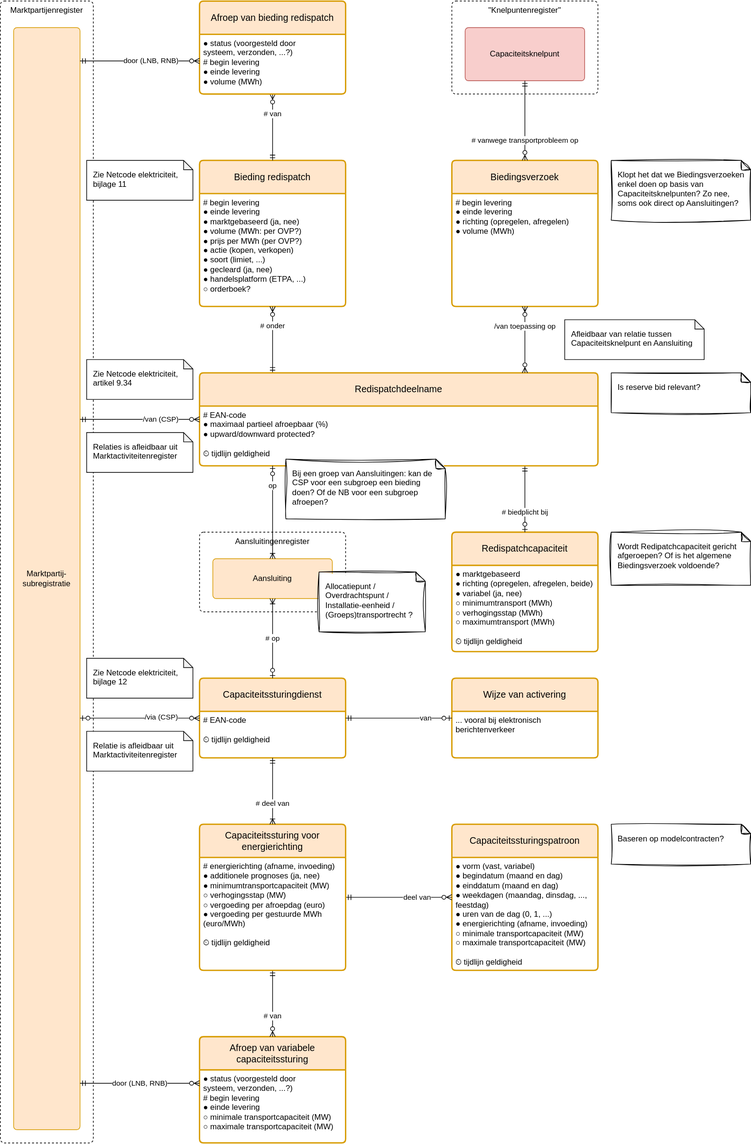
Netbeheer-Nederland/stelsel keeps this draw.io diagram as registers/congestiebeheersdienstenregister/1.0/congestiebeheersdienstenregister.drawio.svg. Above is the earlier version. Source tidied: cells renumbered, new cells last; positions are measured from the earlier drawing's top-left corner, leaving out a move shared by most shapes.
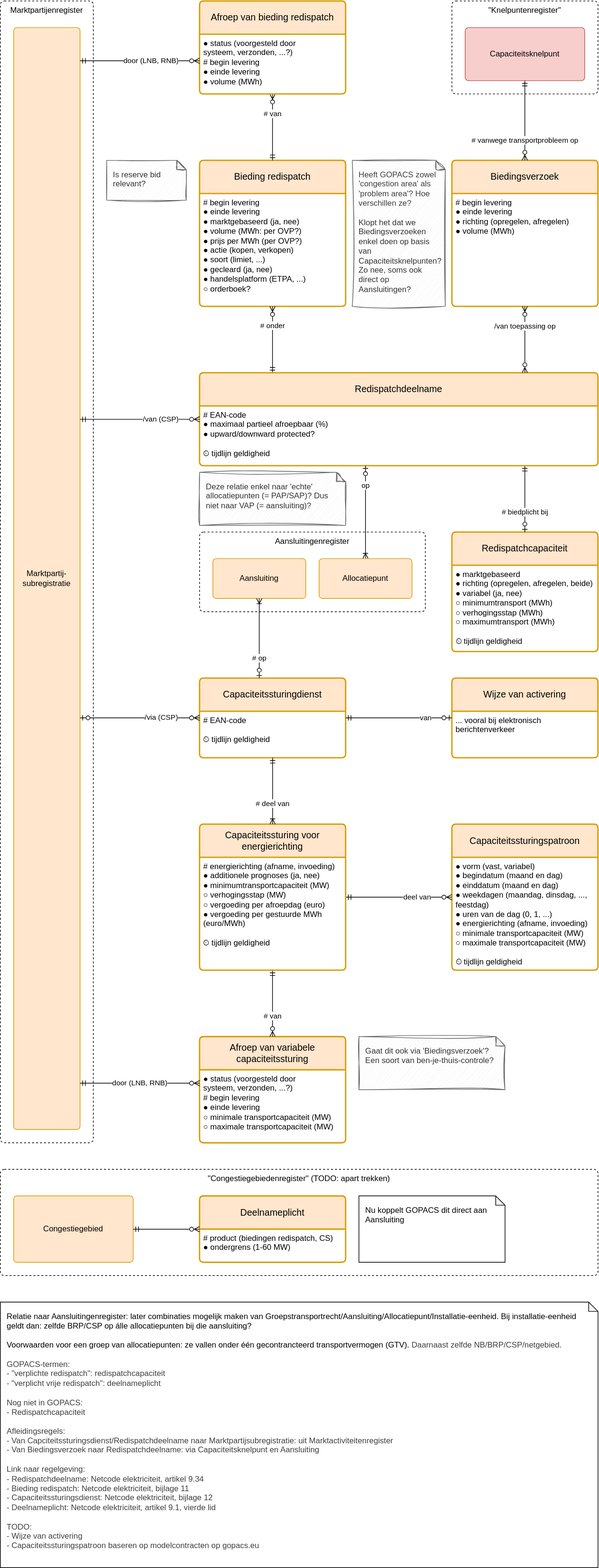
After the commit.

Commit message:
Update na gesprek met pre-trading

Diff of the diagram source:
```diff
@@ -3,13 +3,13 @@
     <mxCell id="0" />
     <mxCell id="1" parent="0" />
     <mxCell id="2" value="Aansluitingenregister" style="rounded=1;whiteSpace=wrap;html=1;fontFamily=Helvetica;dashed=1;verticalAlign=top;arcSize=12;absoluteArcSize=1;" parent="1" vertex="1">
-      <mxGeometry x="300" y="800" width="220" height="120" as="geometry" />
+      <mxGeometry x="300" y="800" width="340" height="120" as="geometry" />
     </mxCell>
     <mxCell id="3" value="Marktpartijenregister" style="rounded=1;whiteSpace=wrap;html=1;fontFamily=Helvetica;dashed=1;verticalAlign=top;arcSize=12;absoluteArcSize=1;" parent="1" vertex="1">
       <mxGeometry width="140" height="1720" as="geometry" />
     </mxCell>
     <mxCell id="4" value="Aansluiting" style="rounded=1;arcSize=10;whiteSpace=wrap;html=1;align=center;hachureGap=4;fontFamily=Helvetica;fillColor=#ffe6cc;strokeColor=#d79b00;absoluteArcSize=1;spacing=10;" parent="1" vertex="1">
-      <mxGeometry x="320" y="840" width="180" height="60" as="geometry" />
+      <mxGeometry x="320" y="840" width="140" height="60" as="geometry" />
     </mxCell>
     <mxCell id="5" value="Capaciteitssturingdienst" style="swimlane;horizontal=1;startSize=50;rounded=1;fontSize=14;fontStyle=0;strokeWidth=2;shadow=0;dashed=0;align=center;arcSize=4;whiteSpace=wrap;html=1;hachureGap=4;fontFamily=Helvetica;fillColor=#ffe6cc;strokeColor=#d79b00;spacing=10;" parent="1" vertex="1">
       <mxGeometry x="300" y="1020" width="220" height="120" as="geometry" />
@@ -119,9 +119,9 @@
       <mxGeometry x="-0.67" relative="1" as="geometry" />
     </mxCell>
     <mxCell id="38" value="# op" style="endArrow=ERoneToMany;html=1;rounded=0;fontFamily=Helvetica;fontSize=11;startSize=6;endSize=6;sourcePerimeterSpacing=0;targetPerimeterSpacing=0;endFill=0;startArrow=ERzeroToOne;startFill=0;align=center;edgeStyle=elbowEdgeStyle;" parent="1" edge="1" source="5" target="4">
-      <mxGeometry relative="1" as="geometry" />
+      <mxGeometry x="-0.5" relative="1" as="geometry" />
     </mxCell>
-    <mxCell id="39" value="op" style="endArrow=ERoneToMany;html=1;rounded=0;fontFamily=Helvetica;fontSize=11;startSize=6;endSize=6;sourcePerimeterSpacing=0;targetPerimeterSpacing=0;endFill=0;startArrow=ERzeroToOne;startFill=0;align=center;edgeStyle=elbowEdgeStyle;" parent="1" edge="1" source="15" target="4">
+    <mxCell id="39" value="op" style="endArrow=ERoneToMany;html=1;rounded=0;fontFamily=Helvetica;fontSize=11;startSize=6;endSize=6;sourcePerimeterSpacing=0;targetPerimeterSpacing=0;endFill=0;startArrow=ERzeroToOne;startFill=0;align=center;edgeStyle=elbowEdgeStyle;" parent="1" edge="1" source="15" target="55">
       <mxGeometry x="-0.57" relative="1" as="geometry" />
     </mxCell>
     <mxCell id="40" value="/via (CSP)" style="endArrow=ERzeroToOne;html=1;rounded=1;hachureGap=4;fontFamily=Helvetica;fontSize=11;startSize=6;endSize=6;sourcePerimeterSpacing=0;targetPerimeterSpacing=0;startArrow=ERzeroToMany;startFill=0;endFill=0;align=right;jumpStyle=arc;elbow=vertical;edgeStyle=elbowEdgeStyle;" parent="1" edge="1" source="5" target="7">
@@ -135,41 +135,41 @@
     <mxCell id="42" value="/van toepassing op" style="endArrow=ERzeroToMany;html=1;rounded=0;fontFamily=Helvetica;fontSize=11;startSize=6;endSize=6;sourcePerimeterSpacing=0;targetPerimeterSpacing=0;endFill=0;startArrow=ERzeroToMany;startFill=0;edgeStyle=elbowEdgeStyle;align=center;" parent="1" edge="1" source="28" target="15">
       <mxGeometry x="-0.4" relative="1" as="geometry" />
     </mxCell>
-    <mxCell id="43" value="Wordt Redipatchcapaciteit gericht afgeroepen? Of is het algemene Biedingsverzoek voldoende?" style="shape=note;whiteSpace=wrap;html=1;backgroundOutline=1;darkOpacity=0.05;size=14;align=left;verticalAlign=top;spacing=10;sketch=1;curveFitting=1;jiggle=2;" parent="1" vertex="1">
-      <mxGeometry x="920" y="800" width="210" height="80" as="geometry" />
-    </mxCell>
-    <mxCell id="44" value="Allocatiepunt / Overdrachtspunt / Installatie-eenheid / (Groeps)transportrecht ?" style="shape=note;whiteSpace=wrap;html=1;backgroundOutline=1;darkOpacity=0.05;size=14;align=left;verticalAlign=top;spacing=10;sketch=1;curveFitting=1;jiggle=2;" parent="1" vertex="1">
-      <mxGeometry x="480" y="860" width="160" height="90" as="geometry" />
-    </mxCell>
-    <mxCell id="45" value="Afleidbaar van relatie tussen Capaciteitsknelpunt en Aansluiting" style="shape=note;whiteSpace=wrap;html=1;backgroundOutline=1;darkOpacity=0.05;size=14;align=left;verticalAlign=top;spacing=10;" parent="1" vertex="1">
-      <mxGeometry x="850" y="480" width="210" height="60" as="geometry" />
-    </mxCell>
-    <mxCell id="46" value="&lt;font&gt;&lt;span style=&quot;background-color: transparent;&quot;&gt;Baseren op modelcontracten?&lt;/span&gt;&lt;/font&gt;" style="shape=note;whiteSpace=wrap;html=1;backgroundOutline=1;darkOpacity=0.05;size=14;align=left;verticalAlign=top;spacing=10;fontColor=default;sketch=1;curveFitting=1;jiggle=2;" parent="1" vertex="1">
-      <mxGeometry x="920" y="1240" width="210" height="60" as="geometry" />
-    </mxCell>
-    <mxCell id="47" value="Klopt het dat we Biedingsverzoeken enkel doen op basis van Capaciteitsknelpunten? Zo nee, soms ook direct op Aansluitingen?" style="shape=note;whiteSpace=wrap;html=1;backgroundOutline=1;darkOpacity=0.05;size=14;align=left;verticalAlign=top;spacing=10;sketch=1;curveFitting=1;jiggle=2;" parent="1" vertex="1">
-      <mxGeometry x="920" y="240" width="210" height="90" as="geometry" />
+    <mxCell id="47" value="&lt;div&gt;&lt;span style=&quot;color: rgb(63, 63, 63);&quot;&gt;Heeft GOPACS zowel 'congestion area' als 'problem area'? Hoe verschillen ze?&lt;/span&gt;&lt;span style=&quot;background-color: transparent;&quot;&gt;&lt;/span&gt;&lt;/div&gt;&lt;div&gt;&lt;span style=&quot;background-color: transparent;&quot;&gt;&lt;br&gt;&lt;/span&gt;&lt;/div&gt;&lt;div&gt;&lt;span style=&quot;background-color: transparent;&quot;&gt;Klopt het dat we Biedingsverzoeken enkel doen op basis van Capaciteitsknelpunten? Zo nee, soms ook direct op Aansluitingen?&lt;/span&gt;&lt;/div&gt;" style="shape=note;whiteSpace=wrap;html=1;backgroundOutline=1;darkOpacity=0.05;size=14;align=left;verticalAlign=top;spacing=10;sketch=1;curveFitting=1;jiggle=2;fillColor=#f5f5f5;fontColor=#333333;strokeColor=#666666;" parent="1" vertex="1">
+      <mxGeometry x="530" y="240" width="140" height="220" as="geometry" />
     </mxCell>
-    <mxCell id="48" value="Bij een groep van Aansluitingen: kan de CSP voor een subgroep een bieding doen? Of de NB voor een subgroep afroepen?" style="shape=note;whiteSpace=wrap;html=1;backgroundOutline=1;darkOpacity=0.05;size=14;align=left;verticalAlign=top;spacing=10;sketch=1;curveFitting=1;jiggle=2;" parent="1" vertex="1">
-      <mxGeometry x="430" y="690" width="240" height="90" as="geometry" />
-    </mxCell>
-    <mxCell id="49" value="Is &lt;a href=&quot;https://eepublicdownloads.entsoe.eu/clean-documents/EDI/Library/cim_based/schema/Reserve_bid_document_UML_model_and_schema_v1.2.pdf&quot;&gt;reserve bid&lt;/a&gt; relevant?" style="shape=note;whiteSpace=wrap;html=1;backgroundOutline=1;darkOpacity=0.05;size=14;align=left;verticalAlign=top;spacing=10;sketch=1;curveFitting=1;jiggle=2;" parent="1" vertex="1">
-      <mxGeometry x="920" y="560" width="210" height="60" as="geometry" />
+    <mxCell id="49" value="Is &lt;a href=&quot;https://eepublicdownloads.entsoe.eu/clean-documents/EDI/Library/cim_based/schema/Reserve_bid_document_UML_model_and_schema_v1.2.pdf&quot;&gt;reserve bid&lt;/a&gt; relevant?" style="shape=note;whiteSpace=wrap;html=1;backgroundOutline=1;darkOpacity=0.05;size=14;align=left;verticalAlign=top;spacing=10;sketch=1;curveFitting=1;jiggle=2;fillColor=#f5f5f5;fontColor=#333333;strokeColor=#666666;" parent="1" vertex="1">
+      <mxGeometry x="160" y="240" width="120" height="60" as="geometry" />
     </mxCell>
-    <mxCell id="50" value="Relaties is afleidbaar uit Marktactiviteitenregister" style="shape=note;whiteSpace=wrap;html=1;backgroundOutline=1;darkOpacity=0.05;size=14;align=left;verticalAlign=top;spacing=10;" parent="1" vertex="1">
-      <mxGeometry x="130" y="650" width="160" height="60" as="geometry" />
-    </mxCell>
-    <mxCell id="51" value="Relatie is afleidbaar uit Marktactiviteitenregister" style="shape=note;whiteSpace=wrap;html=1;backgroundOutline=1;darkOpacity=0.05;size=14;align=left;verticalAlign=top;spacing=10;" parent="1" vertex="1">
-      <mxGeometry x="130" y="1100" width="160" height="60" as="geometry" />
-    </mxCell>
-    <mxCell id="52" value="Zie Netcode elektriciteit, bijlage 11" style="shape=note;whiteSpace=wrap;html=1;backgroundOutline=1;darkOpacity=0.05;size=14;align=left;verticalAlign=top;spacing=10;" parent="1" vertex="1">
-      <mxGeometry x="130" y="240" width="160" height="60" as="geometry" />
-    </mxCell>
-    <mxCell id="53" value="Zie Netcode elektriciteit, bijlage 12" style="shape=note;whiteSpace=wrap;html=1;backgroundOutline=1;darkOpacity=0.05;size=14;align=left;verticalAlign=top;spacing=10;" parent="1" vertex="1">
-      <mxGeometry x="130" y="990" width="160" height="60" as="geometry" />
-    </mxCell>
-    <mxCell id="54" value="Zie Netcode elektriciteit, artikel 9.34" style="shape=note;whiteSpace=wrap;html=1;backgroundOutline=1;darkOpacity=0.05;size=14;align=left;verticalAlign=top;spacing=10;" parent="1" vertex="1">
-      <mxGeometry x="130" y="540" width="160" height="60" as="geometry" />
-    </mxCell>
+    <mxCell id="55" value="Allocatiepunt" style="rounded=1;arcSize=10;whiteSpace=wrap;html=1;align=center;hachureGap=4;fontFamily=Helvetica;fillColor=#ffe6cc;strokeColor=#d79b00;absoluteArcSize=1;spacing=10;" parent="1" vertex="1">
+      <mxGeometry x="480" y="840" width="140" height="60" as="geometry" />
+    </mxCell>
+    <mxCell id="56" value="Relatie naar Aansluitingenregister: later combinaties mogelijk maken van Groepstransportrecht/Aansluiting/Allocatiepunt/Installatie-eenheid. Bij installatie-eenheid geldt dan: zelfde BRP/CSP op álle allocatiepunten bij die aansluiting?&lt;div&gt;&lt;br&gt;&lt;/div&gt;&lt;div&gt;&lt;span style=&quot;color: rgb(0, 0, 0);&quot;&gt;Voorwaarden voor een groep van allocatiepunten: ze vallen onder één gecontrancteerd transportvermogen (GTV).&amp;nbsp;&lt;/span&gt;&lt;span style=&quot;scrollbar-color: rgb(226, 226, 226) rgb(251, 251, 251); background-color: transparent; color: rgb(63, 63, 63);&quot;&gt;Daarnaast zelfde NB/BRP/CSP/netgebied.&lt;/span&gt;&lt;/div&gt;&lt;div&gt;&lt;span style=&quot;scrollbar-color: rgb(226, 226, 226) rgb(251, 251, 251); background-color: transparent; color: rgb(63, 63, 63);&quot;&gt;&lt;br&gt;&lt;/span&gt;&lt;/div&gt;&lt;div&gt;&lt;span style=&quot;scrollbar-color: rgb(226, 226, 226) rgb(251, 251, 251); background-color: transparent; color: rgb(63, 63, 63);&quot;&gt;GOPACS-termen:&lt;/span&gt;&lt;/div&gt;&lt;div&gt;&lt;span style=&quot;scrollbar-color: rgb(226, 226, 226) rgb(251, 251, 251); background-color: transparent; color: rgb(63, 63, 63);&quot;&gt;- &quot;verplichte redispatch&quot;: redispatchcapaciteit&lt;/span&gt;&lt;/div&gt;&lt;div&gt;&lt;span style=&quot;scrollbar-color: rgb(226, 226, 226) rgb(251, 251, 251); background-color: transparent; color: rgb(63, 63, 63);&quot;&gt;- &quot;verplicht vrije redispatch&quot;: deelnameplicht&lt;/span&gt;&lt;/div&gt;&lt;div&gt;&lt;span style=&quot;scrollbar-color: rgb(226, 226, 226) rgb(251, 251, 251); background-color: transparent; color: rgb(63, 63, 63);&quot;&gt;&lt;br&gt;&lt;/span&gt;&lt;/div&gt;&lt;div&gt;&lt;span style=&quot;scrollbar-color: rgb(226, 226, 226) rgb(251, 251, 251); background-color: transparent; color: rgb(63, 63, 63);&quot;&gt;Nog niet in GOPACS:&lt;/span&gt;&lt;/div&gt;&lt;div&gt;&lt;span style=&quot;scrollbar-color: rgb(226, 226, 226) rgb(251, 251, 251); background-color: transparent; color: rgb(63, 63, 63);&quot;&gt;- Redispatchcapaciteit&lt;/span&gt;&lt;/div&gt;&lt;div&gt;&lt;span style=&quot;scrollbar-color: rgb(226, 226, 226) rgb(251, 251, 251); background-color: transparent; color: rgb(63, 63, 63);&quot;&gt;&lt;br&gt;&lt;/span&gt;&lt;/div&gt;&lt;div&gt;&lt;span style=&quot;scrollbar-color: rgb(226, 226, 226) rgb(251, 251, 251); background-color: transparent; color: rgb(63, 63, 63);&quot;&gt;Afleidingsregels:&lt;/span&gt;&lt;/div&gt;&lt;div&gt;&lt;span style=&quot;scrollbar-color: rgb(226, 226, 226) rgb(251, 251, 251); background-color: transparent; color: rgb(63, 63, 63);&quot;&gt;- Van Capciteitssturingsdienst/Redispatchdeelname naar Marktpartijsubregistratie: uit Marktactiviteitenregister&lt;/span&gt;&lt;/div&gt;&lt;div&gt;&lt;span style=&quot;scrollbar-color: rgb(226, 226, 226) rgb(251, 251, 251); background-color: transparent; color: rgb(63, 63, 63);&quot;&gt;- Van Biedingsverzoek naar Redispatchdeelname: via Capaciteitsknelpunt en Aansluiting&lt;/span&gt;&lt;/div&gt;&lt;div&gt;&lt;span style=&quot;scrollbar-color: rgb(226, 226, 226) rgb(251, 251, 251); background-color: transparent; color: rgb(63, 63, 63);&quot;&gt;&lt;br&gt;&lt;/span&gt;&lt;/div&gt;&lt;div&gt;&lt;span style=&quot;scrollbar-color: rgb(226, 226, 226) rgb(251, 251, 251); background-color: transparent; color: rgb(63, 63, 63);&quot;&gt;Link naar regelgeving:&lt;/span&gt;&lt;/div&gt;&lt;div&gt;&lt;span style=&quot;scrollbar-color: rgb(226, 226, 226) rgb(251, 251, 251); background-color: transparent; color: rgb(63, 63, 63);&quot;&gt;- Redispatchdeelname: Netcode elektriciteit, artikel 9.34&lt;/span&gt;&lt;/div&gt;&lt;div&gt;&lt;span style=&quot;scrollbar-color: rgb(226, 226, 226) rgb(251, 251, 251); background-color: transparent; color: rgb(63, 63, 63);&quot;&gt;- Bieding redispatch: Netcode elektriciteit, bijlage 11&lt;/span&gt;&lt;/div&gt;&lt;div&gt;&lt;span style=&quot;scrollbar-color: rgb(226, 226, 226) rgb(251, 251, 251); background-color: transparent; color: rgb(63, 63, 63);&quot;&gt;- Capaciteitssturingsdienst:&amp;nbsp;&lt;/span&gt;&lt;span style=&quot;color: rgb(63, 63, 63); background-color: transparent;&quot;&gt;Netcode elektriciteit, bijlage 12&lt;/span&gt;&lt;/div&gt;&lt;div&gt;&lt;span style=&quot;color: rgb(63, 63, 63); background-color: transparent;&quot;&gt;- Deelnameplicht: Netcode elektriciteit, artikel 9.1, vierde lid&lt;/span&gt;&lt;/div&gt;&lt;div&gt;&lt;span style=&quot;color: rgb(63, 63, 63); background-color: transparent;&quot;&gt;&lt;br&gt;&lt;/span&gt;&lt;/div&gt;&lt;div&gt;&lt;span style=&quot;color: rgb(63, 63, 63); background-color: transparent;&quot;&gt;TODO:&lt;/span&gt;&lt;/div&gt;&lt;div&gt;&lt;span style=&quot;color: rgb(63, 63, 63); background-color: transparent;&quot;&gt;- Wijze van activering&lt;/span&gt;&lt;/div&gt;&lt;div&gt;&lt;span style=&quot;color: rgb(63, 63, 63); background-color: transparent;&quot;&gt;- Capaciteitssturingspatroon baseren op modelcontracten op gopacs.eu&lt;/span&gt;&lt;/div&gt;" style="shape=note;whiteSpace=wrap;html=1;backgroundOutline=1;darkOpacity=0.05;size=14;align=left;verticalAlign=top;spacing=10;" parent="1" vertex="1">
+      <mxGeometry y="1960" width="900" height="400" as="geometry" />
+    </mxCell>
+    <mxCell id="57" value="&quot;Congestiegebiedenregister&quot; (TODO: apart trekken)" style="rounded=1;whiteSpace=wrap;html=1;fontFamily=Helvetica;dashed=1;verticalAlign=top;arcSize=12;absoluteArcSize=1;" parent="1" vertex="1">
+      <mxGeometry y="1760" width="900" height="160" as="geometry" />
+    </mxCell>
+    <mxCell id="58" value="Congestiegebied" style="rounded=1;arcSize=10;whiteSpace=wrap;html=1;align=center;hachureGap=4;fontFamily=Helvetica;fillColor=#ffe6cc;strokeColor=#d79b00;absoluteArcSize=1;spacing=10;" parent="1" vertex="1">
+      <mxGeometry x="20" y="1800" width="180" height="100" as="geometry" />
+    </mxCell>
+    <mxCell id="59" value="&lt;div&gt;Deelnameplicht&lt;/div&gt;" style="swimlane;horizontal=1;startSize=50;rounded=1;fontSize=14;fontStyle=0;strokeWidth=2;shadow=0;dashed=0;align=center;arcSize=4;whiteSpace=wrap;html=1;hachureGap=4;fontFamily=Helvetica;fillColor=#ffe6cc;strokeColor=#d79b00;spacing=10;fontColor=default;" parent="1" vertex="1">
+      <mxGeometry x="300" y="1800" width="220" height="100" as="geometry" />
+    </mxCell>
+    <mxCell id="60" value="&lt;div&gt;&lt;span style=&quot;background-color: initial;&quot;&gt;# product (biedingen redispatch, CS)&lt;/span&gt;&lt;/div&gt;&lt;div&gt;&lt;span style=&quot;background-color: initial;&quot;&gt;● ondergrens (1-60 MW)&lt;/span&gt;&lt;/div&gt;&lt;div&gt;&lt;/div&gt;" style="align=left;strokeColor=none;fillColor=none;spacingLeft=4;fontSize=12;verticalAlign=top;html=1;hachureGap=4;fontFamily=Helvetica;" parent="59" vertex="1">
+      <mxGeometry y="50" width="220" height="50" as="geometry" />
+    </mxCell>
+    <mxCell id="61" value="Nu koppelt GOPACS dit direct aan Aansluiting" style="shape=note;whiteSpace=wrap;html=1;backgroundOutline=1;darkOpacity=0.05;size=14;align=left;verticalAlign=top;spacing=10;" parent="1" vertex="1">
+      <mxGeometry x="540" y="1800" width="220" height="100" as="geometry" />
+    </mxCell>
+    <mxCell id="62" value="&lt;div&gt;Gaat dit ook via 'Biedingsverzoek'? Een soort van ben-je-thuis-controle?&lt;/div&gt;" style="shape=note;whiteSpace=wrap;html=1;backgroundOutline=1;darkOpacity=0.05;size=14;align=left;verticalAlign=top;spacing=10;sketch=1;curveFitting=1;jiggle=2;fillColor=#f5f5f5;fontColor=#333333;strokeColor=#666666;" parent="1" vertex="1">
+      <mxGeometry x="540" y="1560" width="220" height="80" as="geometry" />
+    </mxCell>
+    <mxCell id="63" value="&lt;div&gt;Deze relatie enkel naar 'echte' allocatiepunten (= PAP/SAP)? Dus niet naar VAP (= aansluiting)?&lt;/div&gt;" style="shape=note;whiteSpace=wrap;html=1;backgroundOutline=1;darkOpacity=0.05;size=14;align=left;verticalAlign=top;spacing=10;sketch=1;curveFitting=1;jiggle=2;fillColor=#f5f5f5;fontColor=#333333;strokeColor=#666666;" parent="1" vertex="1">
+      <mxGeometry x="300" y="710" width="220" height="80" as="geometry" />
+    </mxCell>
+    <mxCell id="64" style="endArrow=ERmandOne;html=1;rounded=0;fontFamily=Helvetica;fontSize=11;startSize=6;endSize=6;sourcePerimeterSpacing=0;targetPerimeterSpacing=0;endFill=0;startArrow=ERzeroToMany;startFill=0;align=right;elbow=vertical;edgeStyle=elbowEdgeStyle;" parent="1" edge="1" source="59" target="58">
+      <mxGeometry x="-0.62" relative="1" as="geometry" />
+    </mxCell>
   </root>
 </mxGraphModel>
```
